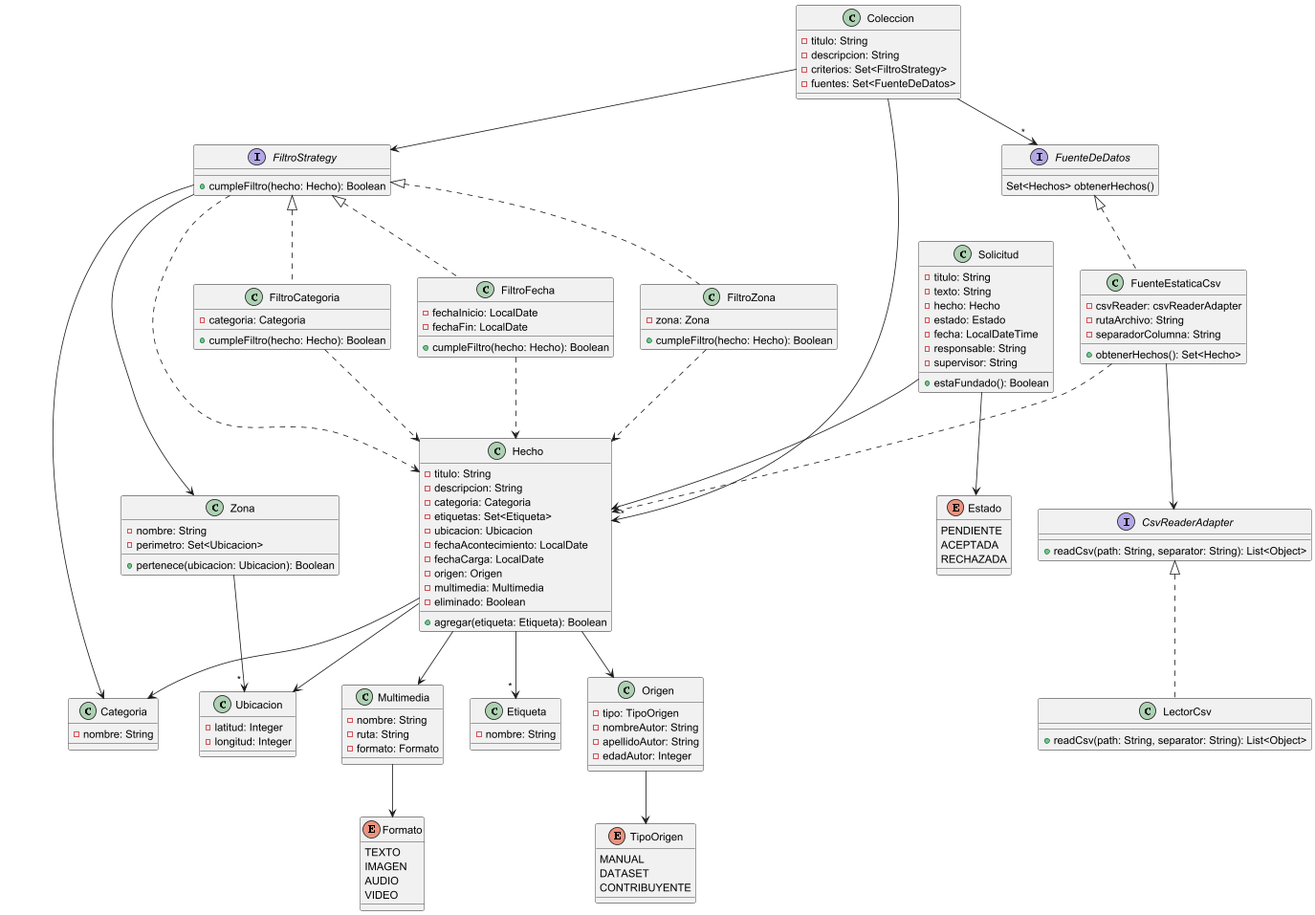
Above: docs/diagrama_de_clases.png in Leo-de-Riv3r/2025-tpa-ma-ma-grupo-02-deploy (PlantUML), before the change.
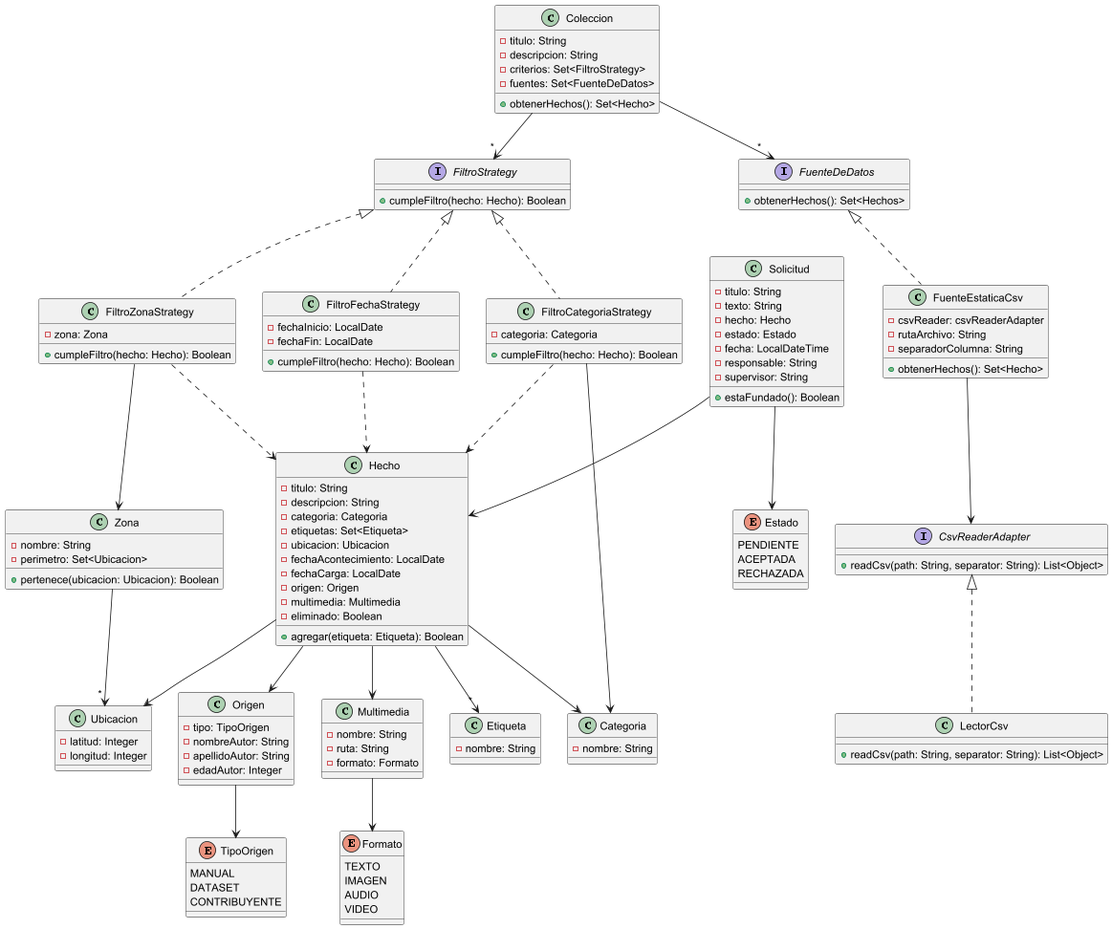
The same diagram one commit later.

Change to the diagram source:
```diff
@@ -12,22 +12,19 @@
 
 Origen --> TipoOrigen
 
-FiltroStrategy --> Zona
-FiltroStrategy --> Categoria
-FiltroStrategy ..> Hecho
+FiltroZonaStrategy --> Zona
+FiltroCategoriaStrategy --> Categoria
 
-FiltroCategoria ..> Hecho
-FiltroFecha ..> Hecho
-FiltroZona ..> Hecho
+FiltroCategoriaStrategy ..> Hecho
+FiltroFechaStrategy ..> Hecho
+FiltroZonaStrategy ..> Hecho
 
-Coleccion --> " * " Hecho
-Coleccion --> FiltroStrategy
+Coleccion --> " * " FiltroStrategy
 Coleccion --> " * " FuenteDeDatos
 
 Solicitud --> Hecho
 Solicitud --> Estado
 
-FuenteEstaticaCsv ..> Hecho
 FuenteEstaticaCsv --> CsvReaderAdapter
 
 class Categoria {
@@ -90,7 +87,7 @@
 }
 
 interface FuenteDeDatos {
-    Set<Hechos> obtenerHechos()
+    + obtenerHechos(): Set<Hechos>
 }
 
 class FuenteEstaticaCsv implements FuenteDeDatos {
@@ -104,17 +101,17 @@
     + cumpleFiltro(hecho: Hecho): Boolean
 }
 
-class FiltroCategoria implements FiltroStrategy {
+class FiltroCategoriaStrategy implements FiltroStrategy {
     - categoria: Categoria
     + cumpleFiltro(hecho: Hecho): Boolean
 }
 
-class FiltroZona implements FiltroStrategy {
+class FiltroZonaStrategy implements FiltroStrategy {
     - zona: Zona
     + cumpleFiltro(hecho: Hecho): Boolean
 }
 
-class FiltroFecha implements FiltroStrategy {
+class FiltroFechaStrategy implements FiltroStrategy {
     - fechaInicio: LocalDate
     - fechaFin: LocalDate
     + cumpleFiltro(hecho: Hecho): Boolean
@@ -125,6 +122,7 @@
     - descripcion: String
     - criterios: Set<FiltroStrategy>
     - fuentes: Set<FuenteDeDatos>
+    + obtenerHechos(): Set<Hecho>
 }
 
 enum Estado {
```
